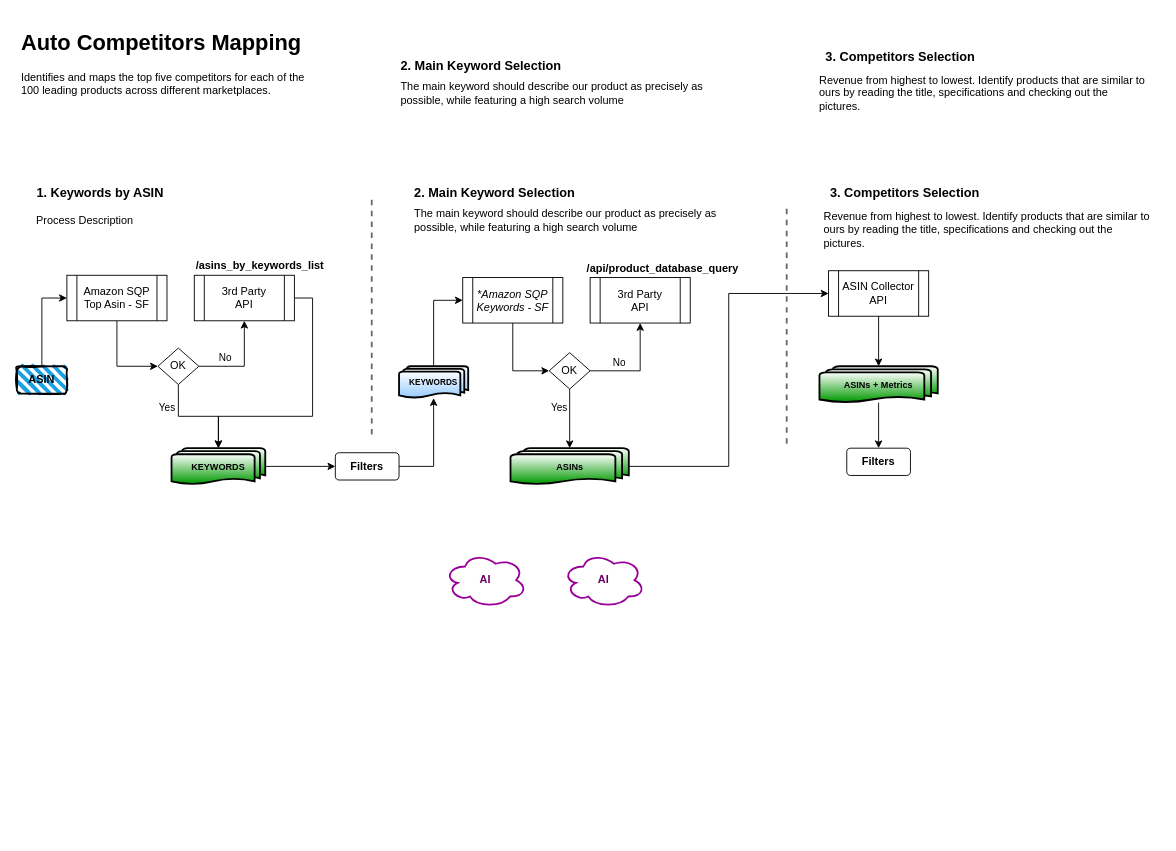
The draw.io diagram competitors-mapping/sx_competitors_mapping.drawio in rribeirosellerx/drawio, before the edit. Source tidied: cells renumbered, new cells numbered last; positions are measured from the earlier drawing's top-left corner, leaving out a move shared by most shapes. Both pictures are drawn from the tidied source at 91%, with x=0, y=0 at pixel (16, 25).
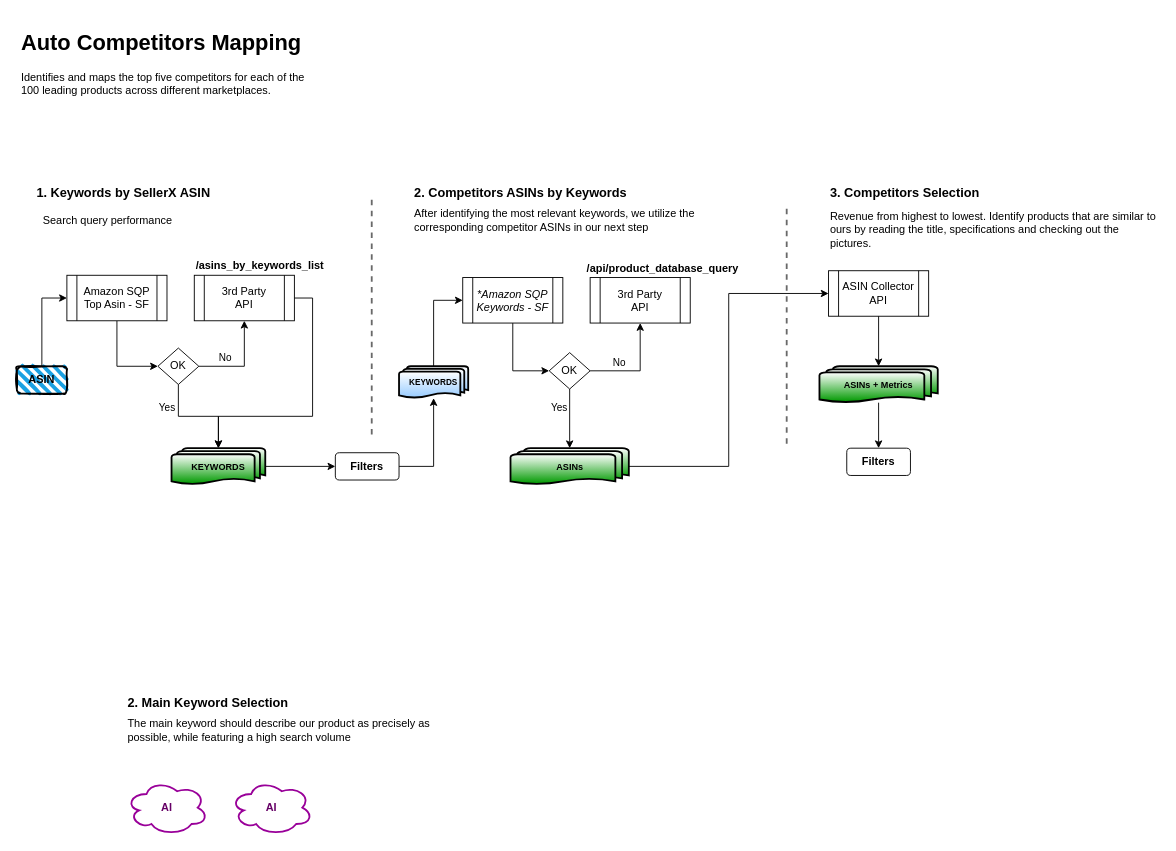
The same diagram, later.

Change to the diagram source:
```diff
@@
-    <mxCell id="4" value="1. Keywords by ASIN" style="text;html=1;strokeColor=none;fillColor=none;align=left;verticalAlign=middle;whiteSpace=wrap;rounded=0;fontSize=14;fontStyle=1;" parent="1" vertex="1">
-      <mxGeometry x="20" y="170" width="170" height="30" as="geometry" />
+    <mxCell id="4" value="1. Keywords by SellerX ASIN" style="text;html=1;strokeColor=none;fillColor=none;align=left;verticalAlign=middle;whiteSpace=wrap;rounded=0;fontSize=14;fontStyle=1;" parent="1" vertex="1">
+      <mxGeometry x="20" y="170" width="210" height="30" as="geometry" />
     </mxCell>
@@
     <mxCell id="13" value="2. Main Keyword Selection" style="text;html=1;strokeColor=none;fillColor=none;align=left;verticalAlign=middle;whiteSpace=wrap;rounded=0;fontSize=14;fontStyle=1;" parent="1" vertex="1">
-      <mxGeometry x="435" y="170" width="215" height="30" as="geometry" />
+      <mxGeometry x="120" y="730" width="215" height="30" as="geometry" />
     </mxCell>
@@
-    <mxCell id="20" value="Process Description" style="text;html=1;strokeColor=none;fillColor=none;align=center;verticalAlign=middle;whiteSpace=wrap;rounded=0;" parent="1" vertex="1">
-      <mxGeometry x="10" y="200" width="130" height="30" as="geometry" />
+    <mxCell id="20" value="Search query performance" style="text;html=1;strokeColor=none;fillColor=none;align=center;verticalAlign=middle;whiteSpace=wrap;rounded=0;" parent="1" vertex="1">
+      <mxGeometry x="20" y="200" width="160" height="30" as="geometry" />
     </mxCell>
     <mxCell id="21" value="The main keyword should describe our product as precisely as possible, while featuring a high search volume" style="text;html=1;strokeColor=none;fillColor=none;align=left;verticalAlign=middle;whiteSpace=wrap;rounded=0;" parent="1" vertex="1">
-      <mxGeometry x="435" y="200" width="345" height="30" as="geometry" />
+      <mxGeometry x="120" y="760" width="345" height="30" as="geometry" />
     </mxCell>
     <mxCell id="22" value="Revenue from highest to lowest. Identify products that are similar to ours by reading the title, specifications and checking out the pictures." style="text;html=1;strokeColor=none;fillColor=none;align=left;verticalAlign=middle;whiteSpace=wrap;rounded=0;" parent="1" vertex="1">
-      <mxGeometry x="885" y="200" width="365" height="50" as="geometry" />
+      <mxGeometry x="892" y="200" width="365" height="50" as="geometry" />
     </mxCell>
@@
     <mxCell id="31" value="&lt;b&gt;AI&lt;/b&gt;" style="ellipse;shape=cloud;whiteSpace=wrap;html=1;strokeWidth=2;strokeColor=#990099;fontColor=#660066;" parent="1" vertex="1">
-      <mxGeometry x="470" y="580" width="90" height="60" as="geometry" />
+      <mxGeometry x="120" y="830" width="90" height="60" as="geometry" />
     </mxCell>
@@
     <mxCell id="41" value="&lt;b&gt;AI&lt;/b&gt;" style="ellipse;shape=cloud;whiteSpace=wrap;html=1;strokeWidth=2;strokeColor=#990099;fontColor=#660066;" parent="1" vertex="1">
-      <mxGeometry x="600" y="580" width="90" height="60" as="geometry" />
+      <mxGeometry x="235" y="830" width="90" height="60" as="geometry" />
     </mxCell>
@@
-    <mxCell id="47" value="2. Main Keyword Selection" style="text;html=1;strokeColor=none;fillColor=none;align=left;verticalAlign=middle;whiteSpace=wrap;rounded=0;fontSize=14;fontStyle=1;" parent="1" vertex="1">
-      <mxGeometry x="420" y="30" width="215" height="30" as="geometry" />
+    <mxCell id="47" value="2. Competitors ASINs by Keywords" style="text;html=1;strokeColor=none;fillColor=none;align=left;verticalAlign=middle;whiteSpace=wrap;rounded=0;fontSize=14;fontStyle=1;" parent="1" vertex="1">
+      <mxGeometry x="435" y="170" width="260" height="30" as="geometry" />
     </mxCell>
-    <mxCell id="48" value="The main keyword should describe our product as precisely as possible, while featuring a high search volume" style="text;html=1;strokeColor=none;fillColor=none;align=left;verticalAlign=middle;whiteSpace=wrap;rounded=0;" parent="1" vertex="1">
-      <mxGeometry x="420" y="60" width="345" height="30" as="geometry" />
+    <mxCell id="48" value="After identifying the most relevant keywords, we utilize the corresponding competitor ASINs in our next step" style="text;html=1;strokeColor=none;fillColor=none;align=left;verticalAlign=middle;whiteSpace=wrap;rounded=0;" parent="1" vertex="1">
+      <mxGeometry x="435" y="200" width="345" height="30" as="geometry" />
     </mxCell>
-    <mxCell id="49" value="3. Competitors Selection" style="text;html=1;strokeColor=none;fillColor=none;align=left;verticalAlign=middle;whiteSpace=wrap;rounded=0;fontSize=14;fontStyle=1;" parent="1" vertex="1">
-      <mxGeometry x="887" y="20" width="170" height="30" as="geometry" />
-    </mxCell>
-    <mxCell id="50" value="Revenue from highest to lowest. Identify products that are similar to ours by reading the title, specifications and checking out the pictures." style="text;html=1;strokeColor=none;fillColor=none;align=left;verticalAlign=middle;whiteSpace=wrap;rounded=0;" parent="1" vertex="1">
-      <mxGeometry x="880" y="50" width="365" height="50" as="geometry" />
-    </mxCell>
```
